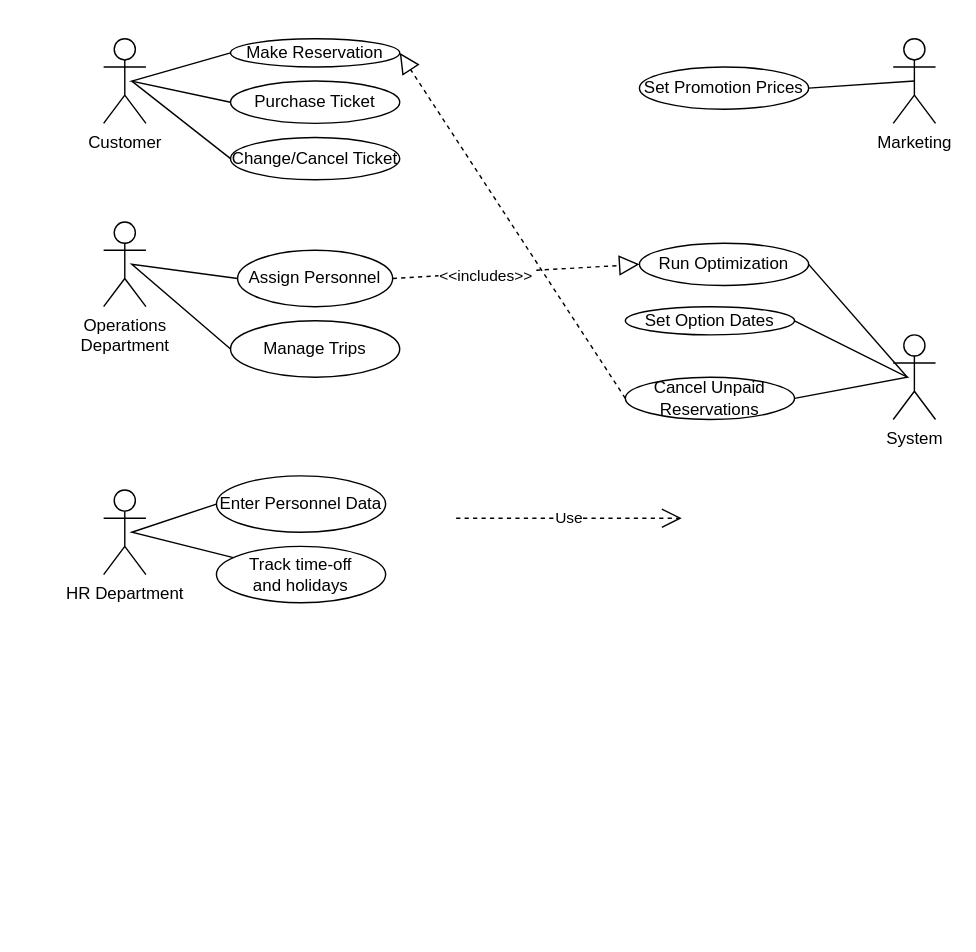
VinaiRamadhin/COMP2606A1 keeps this draw.io diagram as Untitled Diagram.drawio. Above is the earlier version. Source tidied: cells renumbered, new cells numbered last; positions are measured from the earlier drawing's top-left corner, leaving out a move shared by most shapes. Both pictures are drawn from the tidied source at 141%, with x=0, y=0 at pixel (103, 38).
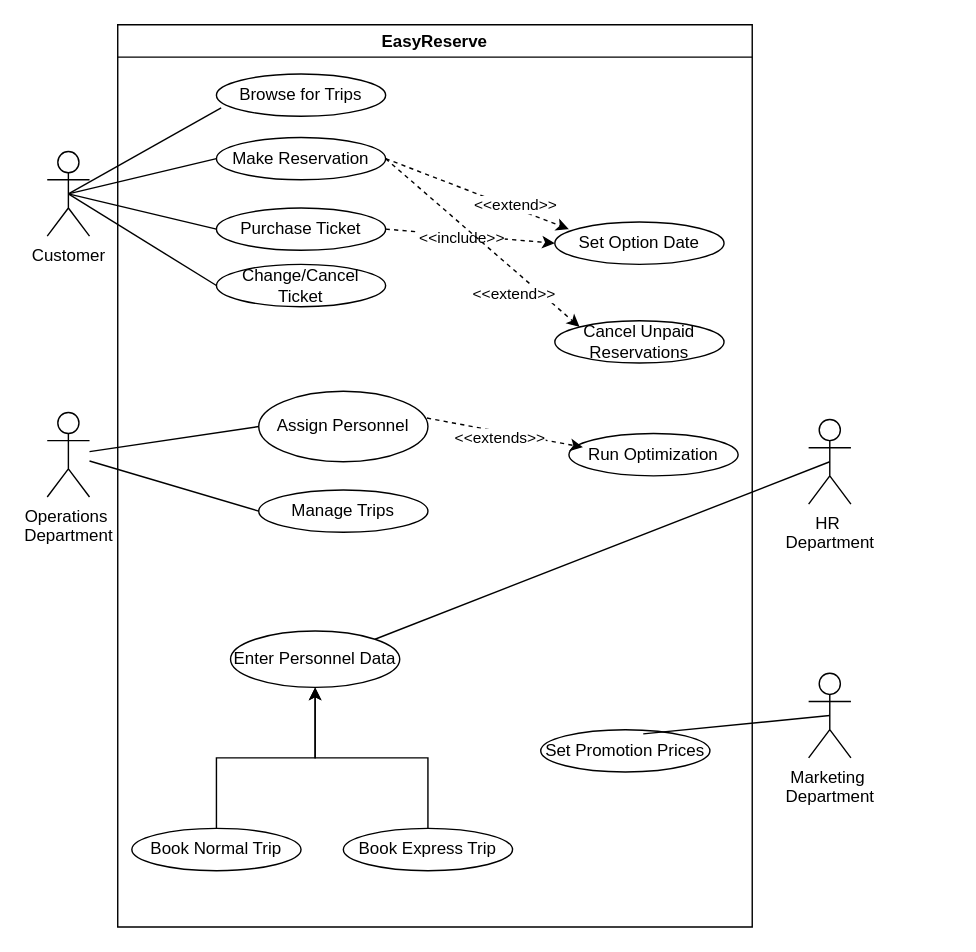
The same page after the edit.

What changed in the source:
```diff
@@
     <mxCell id="2" value="Customer" style="shape=umlActor;verticalLabelPosition=bottom;verticalAlign=top;html=1;outlineConnect=0;" parent="1" vertex="1">
-      <mxGeometry width="30" height="60" as="geometry" />
+      <mxGeometry x="-40" y="80" width="30" height="60" as="geometry" />
     </mxCell>
-    <mxCell id="3" value="Operations&lt;div&gt;Department&lt;/div&gt;" style="shape=umlActor;verticalLabelPosition=bottom;verticalAlign=top;html=1;outlineConnect=0;" parent="1" vertex="1">
-      <mxGeometry y="130" width="30" height="60" as="geometry" />
+    <mxCell id="3" value="Operations&amp;nbsp;&lt;div&gt;Department&lt;/div&gt;" style="shape=umlActor;verticalLabelPosition=bottom;verticalAlign=top;html=1;outlineConnect=0;" parent="1" vertex="1">
+      <mxGeometry x="-40" y="265" width="30" height="60" as="geometry" />
     </mxCell>
-    <mxCell id="4" value="HR Department" style="shape=umlActor;verticalLabelPosition=bottom;verticalAlign=top;html=1;outlineConnect=0;" parent="1" vertex="1">
-      <mxGeometry y="320" width="30" height="60" as="geometry" />
+    <mxCell id="4" value="HR&amp;nbsp;&lt;div&gt;Department&lt;/div&gt;" style="shape=umlActor;verticalLabelPosition=bottom;verticalAlign=top;html=1;outlineConnect=0;" parent="1" vertex="1">
+      <mxGeometry x="500" y="270" width="30" height="60" as="geometry" />
     </mxCell>
-    <mxCell id="5" value="System" style="shape=umlActor;verticalLabelPosition=bottom;verticalAlign=top;html=1;" parent="1" vertex="1">
-      <mxGeometry x="560" y="210" width="30" height="60" as="geometry" />
-    </mxCell>
-    <mxCell id="6" value="Marketing" style="shape=umlActor;verticalLabelPosition=bottom;verticalAlign=top;html=1;" parent="1" vertex="1">
-      <mxGeometry x="560" width="30" height="60" as="geometry" />
-    </mxCell>
+    <mxCell id="29" value="Marketing&amp;nbsp;&lt;div&gt;Department&lt;/div&gt;" style="shape=umlActor;verticalLabelPosition=bottom;verticalAlign=top;html=1;outlineConnect=0;" parent="1" vertex="1">
+      <mxGeometry x="500" y="450" width="30" height="60" as="geometry" />
+    </mxCell>
+    <mxCell id="30" value="Browse for Trips" style="ellipse;whiteSpace=wrap;html=1;" parent="1" vertex="1">
+      <mxGeometry x="80" y="25" width="120" height="30" as="geometry" />
+    </mxCell>
     <mxCell id="7" value="Make Reservation" style="ellipse;whiteSpace=wrap;html=1;" parent="1" vertex="1">
-      <mxGeometry x="90" width="120" height="20" as="geometry" />
+      <mxGeometry x="80" y="70" width="120" height="30" as="geometry" />
     </mxCell>
     <mxCell id="8" value="Purchase Ticket" style="ellipse;whiteSpace=wrap;html=1;" parent="1" vertex="1">
-      <mxGeometry x="90" y="30" width="120" height="30" as="geometry" />
+      <mxGeometry x="80" y="120" width="120" height="30" as="geometry" />
     </mxCell>
-    <mxCell id="9" value="Change/Cancel Ticket" style="ellipse;whiteSpace=wrap;html=1;" parent="1" vertex="1">
-      <mxGeometry x="90" y="70" width="120" height="30" as="geometry" />
+    <mxCell id="9" value="Change/Cancel&lt;div&gt;Ticket&lt;/div&gt;" style="ellipse;whiteSpace=wrap;html=1;" parent="1" vertex="1">
+      <mxGeometry x="80" y="160" width="120" height="30" as="geometry" />
     </mxCell>
+    <mxCell id="31" value="Set Option Date" style="ellipse;whiteSpace=wrap;html=1;" parent="1" vertex="1">
+      <mxGeometry x="320" y="130" width="120" height="30" as="geometry" />
+    </mxCell>
+    <mxCell id="15" value="Cancel Unpaid Reservations" style="ellipse;whiteSpace=wrap;html=1;" parent="1" vertex="1">
+      <mxGeometry x="320" y="200" width="120" height="30" as="geometry" />
+    </mxCell>
+    <mxCell id="13" value="Assign Personnel" style="ellipse;whiteSpace=wrap;html=1;" parent="1" vertex="1">
+      <mxGeometry x="110" y="250" width="120" height="50" as="geometry" />
+    </mxCell>
+    <mxCell id="11" value="Manage Trips" style="ellipse;whiteSpace=wrap;html=1;" parent="1" vertex="1">
+      <mxGeometry x="110" y="320" width="120" height="30" as="geometry" />
+    </mxCell>
+    <mxCell id="23" value="Run Optimization" style="ellipse;whiteSpace=wrap;html=1;" parent="1" vertex="1">
+      <mxGeometry x="330" y="280" width="120" height="30" as="geometry" />
+    </mxCell>
     <mxCell id="10" value="Set Promotion Prices" style="ellipse;whiteSpace=wrap;html=1;" parent="1" vertex="1">
-      <mxGeometry x="380" y="20" width="120" height="30" as="geometry" />
+      <mxGeometry x="310" y="490" width="120" height="30" as="geometry" />
     </mxCell>
-    <mxCell id="11" value="Manage Trips" style="ellipse;whiteSpace=wrap;html=1;" parent="1" vertex="1">
-      <mxGeometry x="90" y="200" width="120" height="40" as="geometry" />
-    </mxCell>
     <mxCell id="12" value="Enter Personnel Data" style="ellipse;whiteSpace=wrap;html=1;" parent="1" vertex="1">
-      <mxGeometry x="80" y="310" width="120" height="40" as="geometry" />
+      <mxGeometry x="90" y="420" width="120" height="40" as="geometry" />
     </mxCell>
-    <mxCell id="13" value="Assign Personnel" style="ellipse;whiteSpace=wrap;html=1;" parent="1" vertex="1">
-      <mxGeometry x="95" y="150" width="110" height="40" as="geometry" />
-    </mxCell>
-    <mxCell id="14" value="Set Option Dates" style="ellipse;whiteSpace=wrap;html=1;" parent="1" vertex="1">
-      <mxGeometry x="370" y="190" width="120" height="20" as="geometry" />
-    </mxCell>
-    <mxCell id="15" value="Cancel Unpaid Reservations" style="ellipse;whiteSpace=wrap;html=1;" parent="1" vertex="1">
-      <mxGeometry x="370" y="240" width="120" height="30" as="geometry" />
-    </mxCell>
-    <mxCell id="16" value="Track time-off&lt;div&gt;and holidays&lt;/div&gt;" style="ellipse;whiteSpace=wrap;html=1;" parent="1" vertex="1">
-      <mxGeometry x="80" y="360" width="120" height="40" as="geometry" />
-    </mxCell>
-    <mxCell id="17" style="endArrow=none;html=1;rounded=0;entryX=0;entryY=0.5;entryDx=0;entryDy=0;exitX=0;exitY=0.5;exitDx=0;exitDy=0;" parent="1" edge="1" source="8" target="7">
-      <mxGeometry relative="1" as="geometry">
-        <Array as="points">
-          <mxPoint x="20" y="30" />
-        </Array>
-      </mxGeometry>
-    </mxCell>
-    <mxCell id="18" style="endArrow=none;html=1;rounded=0;exitX=0;exitY=0.5;exitDx=0;exitDy=0;" parent="1" edge="1" source="9">
-      <mxGeometry relative="1" as="geometry">
-        <mxPoint x="20" y="30" as="targetPoint" />
-      </mxGeometry>
-    </mxCell>
-    <mxCell id="19" style="endArrow=none;html=1;rounded=0;exitX=0;exitY=0.5;exitDx=0;exitDy=0;entryX=0;entryY=0.5;entryDx=0;entryDy=0;" parent="1" edge="1" source="11" target="13">
-      <mxGeometry relative="1" as="geometry">
-        <Array as="points">
-          <mxPoint x="20" y="160" />
-        </Array>
-      </mxGeometry>
-    </mxCell>
-    <mxCell id="20" style="endArrow=none;html=1;rounded=0;entryX=0;entryY=0.5;entryDx=0;entryDy=0;" parent="1" edge="1" source="16" target="12">
-      <mxGeometry relative="1" as="geometry">
-        <Array as="points">
-          <mxPoint x="20" y="350" />
-        </Array>
-      </mxGeometry>
-    </mxCell>
-    <mxCell id="21" style="endArrow=none;html=1;rounded=0;entryX=0.5;entryY=0.5;entryDx=0;entryDy=0;entryPerimeter=0;exitX=1;exitY=0.5;exitDx=0;exitDy=0;" parent="1" edge="1" source="10" target="6">
-      <mxGeometry relative="1" as="geometry" />
-    </mxCell>
-    <mxCell id="22" style="endArrow=none;html=1;rounded=0;entryX=1;entryY=0.5;entryDx=0;entryDy=0;exitX=1;exitY=0.5;exitDx=0;exitDy=0;" parent="1" edge="1" source="15" target="14">
-      <mxGeometry relative="1" as="geometry">
-        <Array as="points">
-          <mxPoint x="570" y="240" />
-        </Array>
-      </mxGeometry>
-    </mxCell>
-    <mxCell id="23" value="Run Optimization" style="ellipse;whiteSpace=wrap;html=1;" parent="1" vertex="1">
-      <mxGeometry x="380" y="145" width="120" height="30" as="geometry" />
-    </mxCell>
-    <mxCell id="24" style="endArrow=none;html=1;rounded=0;exitX=1;exitY=0.5;exitDx=0;exitDy=0;" parent="1" edge="1" source="23">
-      <mxGeometry relative="1" as="geometry">
-        <mxPoint x="570" y="240" as="targetPoint" />
-      </mxGeometry>
-    </mxCell>
+    <mxCell id="32" style="edgeStyle=orthogonalEdgeStyle;rounded=0;jettySize=auto;html=1;exitX=0.5;exitY=0;exitDx=0;exitDy=0;entryX=0.5;entryY=1;entryDx=0;entryDy=0;" parent="1" edge="1" source="33" target="12">
+      <mxGeometry relative="1" as="geometry" />
+    </mxCell>
+    <mxCell id="33" value="Book Normal Trip" style="ellipse;whiteSpace=wrap;html=1;" parent="1" vertex="1">
+      <mxGeometry x="20" y="560" width="120" height="30" as="geometry" />
+    </mxCell>
+    <mxCell id="34" style="edgeStyle=orthogonalEdgeStyle;rounded=0;jettySize=auto;html=1;exitX=0.5;exitY=0;exitDx=0;exitDy=0;entryX=0.5;entryY=1;entryDx=0;entryDy=0;" parent="1" edge="1" source="35" target="12">
+      <mxGeometry relative="1" as="geometry" />
+    </mxCell>
+    <mxCell id="35" value="Book Express Trip" style="ellipse;whiteSpace=wrap;html=1;" parent="1" vertex="1">
+      <mxGeometry x="170" y="560" width="120" height="30" as="geometry" />
+    </mxCell>
+    <mxCell id="36" style="endArrow=none;html=1;rounded=0;exitX=1;exitY=0;exitDx=0;exitDy=0;entryX=0.5;entryY=0.5;entryDx=0;entryDy=0;entryPerimeter=0;" parent="1" edge="1" source="12" target="4">
+      <mxGeometry relative="1" as="geometry" />
+    </mxCell>
+    <mxCell id="37" style="endArrow=none;html=1;rounded=0;exitX=0.606;exitY=0.1;exitDx=0;exitDy=0;exitPerimeter=0;entryX=0.5;entryY=0.5;entryDx=0;entryDy=0;entryPerimeter=0;" parent="1" edge="1" source="10" target="29">
+      <mxGeometry relative="1" as="geometry" />
+    </mxCell>
+    <mxCell id="38" style="endArrow=none;html=1;rounded=0;entryX=0;entryY=0.5;entryDx=0;entryDy=0;" parent="1" edge="1" source="3" target="13">
+      <mxGeometry relative="1" as="geometry" />
+    </mxCell>
+    <mxCell id="39" style="endArrow=none;html=1;rounded=0;entryX=0;entryY=0.5;entryDx=0;entryDy=0;" parent="1" edge="1" source="3" target="11">
+      <mxGeometry relative="1" as="geometry" />
+    </mxCell>
+    <mxCell id="40" style="endArrow=none;html=1;rounded=0;exitX=0.5;exitY=0.5;exitDx=0;exitDy=0;exitPerimeter=0;entryX=0.028;entryY=0.8;entryDx=0;entryDy=0;entryPerimeter=0;" parent="1" edge="1" source="2" target="30">
+      <mxGeometry relative="1" as="geometry" />
+    </mxCell>
+    <mxCell id="41" style="endArrow=none;html=1;rounded=0;exitX=0.5;exitY=0.5;exitDx=0;exitDy=0;exitPerimeter=0;entryX=0;entryY=0.5;entryDx=0;entryDy=0;" parent="1" edge="1" source="2" target="7">
+      <mxGeometry relative="1" as="geometry" />
+    </mxCell>
+    <mxCell id="42" style="endArrow=none;html=1;rounded=0;exitX=0.5;exitY=0.5;exitDx=0;exitDy=0;exitPerimeter=0;entryX=0;entryY=0.5;entryDx=0;entryDy=0;" parent="1" edge="1" source="2" target="8">
+      <mxGeometry relative="1" as="geometry" />
+    </mxCell>
+    <mxCell id="43" style="endArrow=none;html=1;rounded=0;exitX=0.5;exitY=0.5;exitDx=0;exitDy=0;exitPerimeter=0;entryX=0;entryY=0.5;entryDx=0;entryDy=0;" parent="1" edge="1" source="2" target="9">
+      <mxGeometry relative="1" as="geometry" />
+    </mxCell>
-    <mxCell id="25" style="endArrow=block;dashed=1;endFill=0;endSize=12;html=1;rounded=0;exitX=1;exitY=0.5;exitDx=0;exitDy=0;entryX=0;entryY=0.5;entryDx=0;entryDy=0;" parent="1" edge="1" source="13" target="23">
+    <mxCell id="25" style="html=1;labelBackgroundColor=#ffffff;startArrow=none;startFill=0;startSize=6;endArrow=classic;endFill=1;endSize=6;jettySize=auto;strokeWidth=1;dashed=1;fontSize=14;rounded=0;exitX=0.994;exitY=0.38;exitDx=0;exitDy=0;exitPerimeter=0;entryX=0.083;entryY=0.322;entryDx=0;entryDy=0;entryPerimeter=0;" parent="1" edge="1" source="13" target="23">
       <mxGeometry relative="1" as="geometry" />
     </mxCell>
-    <mxCell id="26" value="&amp;lt;&amp;lt;includes&amp;gt;&amp;gt;" style="edgeLabel;html=1;align=center;verticalAlign=middle;" parent="25" vertex="1">
-      <mxGeometry x="-0.25" y="-1" relative="1" as="geometry" />
-    </mxCell>
-    <mxCell id="27" style="endArrow=block;dashed=1;endFill=0;endSize=12;html=1;rounded=0;exitX=0;exitY=0.5;exitDx=0;exitDy=0;entryX=1;entryY=0.5;entryDx=0;entryDy=0;" parent="1" edge="1" source="15" target="7">
-      <mxGeometry relative="1" as="geometry" />
-    </mxCell>
-    <mxCell id="28" value="Use" style="endArrow=open;endSize=12;dashed=1;html=1;rounded=0;" parent="1" edge="1">
-      <mxGeometry relative="1" as="geometry">
-        <mxPoint x="250" y="340" as="sourcePoint" />
-        <mxPoint x="410" y="340" as="targetPoint" />
-      </mxGeometry>
-    </mxCell>
+    <mxCell id="44" value="&amp;lt;&amp;lt;extends&amp;gt;&amp;gt;" style="edgeLabel;html=1;align=center;verticalAlign=middle;" parent="25" vertex="1">
+      <mxGeometry x="-0.05" y="-4" relative="1" as="geometry" />
+    </mxCell>
+    <mxCell id="45" style="html=1;labelBackgroundColor=#ffffff;startArrow=none;startFill=0;startSize=6;endArrow=classic;endFill=1;endSize=6;jettySize=auto;strokeWidth=1;dashed=1;fontSize=14;rounded=0;exitX=1;exitY=0.5;exitDx=0;exitDy=0;entryX=0;entryY=0.5;entryDx=0;entryDy=0;" parent="1" edge="1" source="8" target="31">
+      <mxGeometry relative="1" as="geometry" />
+    </mxCell>
+    <mxCell id="46" value="&amp;lt;&amp;lt;include&amp;gt;&amp;gt;" style="edgeLabel;html=1;align=center;verticalAlign=middle;" parent="45" vertex="1">
+      <mxGeometry x="-0.11" y="-1" relative="1" as="geometry" />
+    </mxCell>
+    <mxCell id="47" style="html=1;labelBackgroundColor=#ffffff;startArrow=none;startFill=0;startSize=6;endArrow=classic;endFill=1;endSize=6;jettySize=auto;strokeWidth=1;dashed=1;fontSize=14;rounded=0;exitX=1;exitY=0.5;exitDx=0;exitDy=0;entryX=0;entryY=0;entryDx=0;entryDy=0;" parent="1" edge="1" source="7" target="15">
+      <mxGeometry relative="1" as="geometry" />
+    </mxCell>
+    <mxCell id="48" value="&amp;lt;&amp;lt;extend&amp;gt;&amp;gt;" style="edgeLabel;html=1;align=center;verticalAlign=middle;" parent="47" vertex="1">
+      <mxGeometry x="0.24" relative="1" as="geometry">
+        <mxPoint x="5" y="21" as="offset" />
+      </mxGeometry>
+    </mxCell>
+    <mxCell id="49" style="html=1;labelBackgroundColor=#ffffff;startArrow=none;startFill=0;startSize=6;endArrow=classic;endFill=1;endSize=6;jettySize=auto;strokeWidth=1;dashed=1;fontSize=14;rounded=0;entryX=0.083;entryY=0.167;entryDx=0;entryDy=0;entryPerimeter=0;exitX=1;exitY=0.5;exitDx=0;exitDy=0;" parent="1" edge="1" source="7" target="31">
+      <mxGeometry relative="1" as="geometry" />
+    </mxCell>
+    <mxCell id="50" value="&amp;lt;&amp;lt;extend&amp;gt;&amp;gt;" style="edgeLabel;html=1;align=center;verticalAlign=middle;" parent="49" vertex="1">
+      <mxGeometry x="0.39" y="3" relative="1" as="geometry" />
+    </mxCell>
+    <mxCell id="51" value="EasyReserve" style="swimlane;whiteSpace=wrap;html=1;" parent="1" vertex="1">
+      <mxGeometry x="10" y="-10" width="450" height="640" as="geometry" />
+    </mxCell>
```
